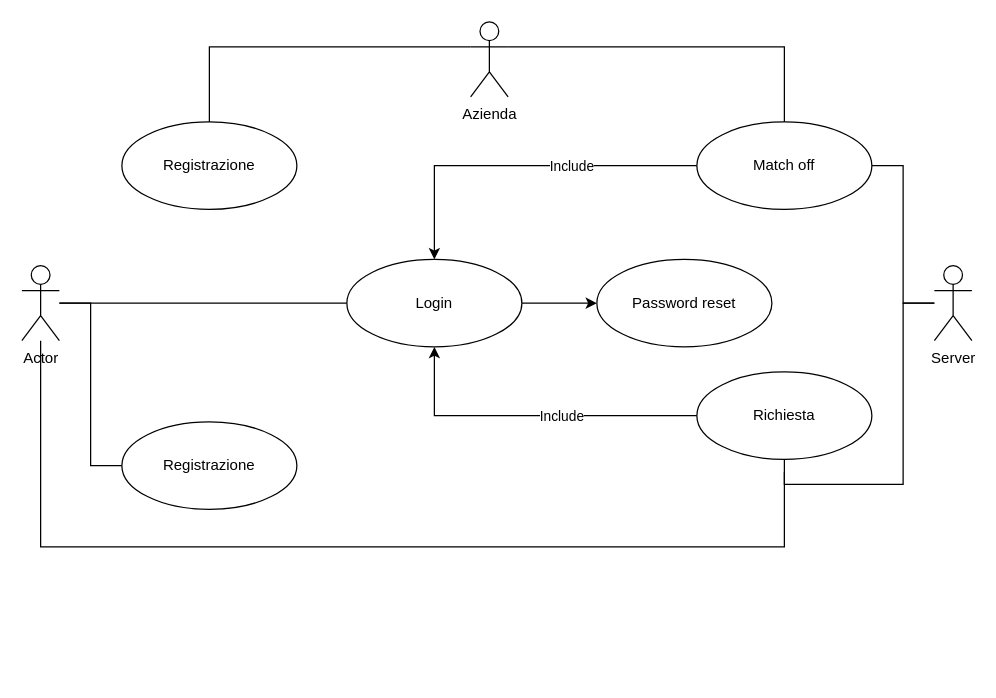
This is Es10inClasse.drawio from markBatti/TPSIT-serio, a draw.io file, before an edit. Source tidied: cells renumbered, new cells numbered last; positions are measured from the earlier drawing's top-left corner, leaving out a move shared by most shapes. Both pictures are drawn from the tidied source at 125%, with x=0, y=0 at pixel (21, 21).
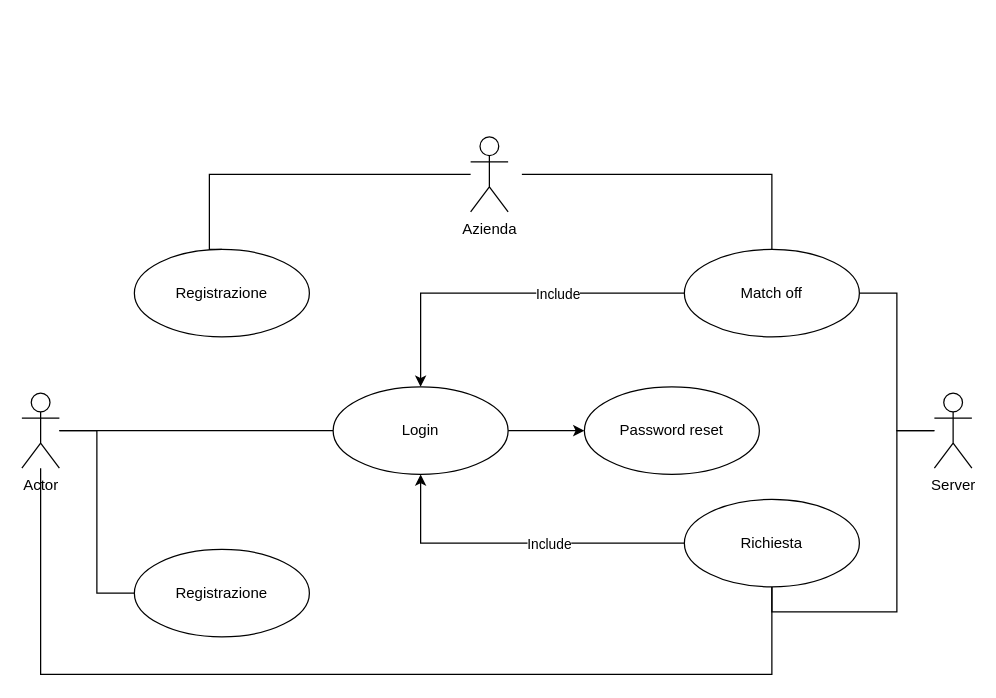
The same diagram, later.

The edit, as a diff of the source:
```diff
@@
-    <mxCell id="3" style="edgeStyle=orthogonalEdgeStyle;rounded=0;jettySize=auto;html=1;endArrow=none;endFill=0;" parent="1" edge="1" source="5">
+    <mxCell id="3" style="edgeStyle=orthogonalEdgeStyle;rounded=0;jettySize=auto;html=1;endArrow=none;endFill=0;entryX=0.5;entryY=1;entryDx=0;entryDy=0;" parent="1" edge="1" source="5" target="14">
       <mxGeometry x="-0.05" relative="1" as="geometry">
-        <mxPoint x="610" y="360" as="targetPoint" />
         <Array as="points">
-          <mxPoint x="65" y="420" />
-          <mxPoint x="610" y="420" />
-          <mxPoint x="610" y="341.2" />
+          <mxPoint x="15" y="522" />
+          <mxPoint x="600" y="522" />
         </Array>
       </mxGeometry>
     </mxCell>
@@
     <mxCell id="5" value="Actor" style="shape=umlActor;verticalLabelPosition=bottom;verticalAlign=top;html=1;outlineConnect=0;" parent="1" vertex="1">
-      <mxGeometry y="195" width="30" height="60" as="geometry" />
+      <mxGeometry y="297" width="30" height="60" as="geometry" />
     </mxCell>
@@
     <mxCell id="8" value="Server" style="shape=umlActor;verticalLabelPosition=bottom;verticalAlign=top;html=1;outlineConnect=0;" parent="1" vertex="1">
-      <mxGeometry x="730" y="195" width="30" height="60" as="geometry" />
+      <mxGeometry x="730" y="297" width="30" height="60" as="geometry" />
     </mxCell>
@@
+    <mxCell id="23" style="edgeStyle=orthogonalEdgeStyle;rounded=0;jettySize=auto;html=1;exitX=0.5;exitY=0;exitDx=0;exitDy=0;endArrow=none;endFill=0;" parent="1" edge="1" source="11">
+      <mxGeometry x="-0.79" relative="1" as="geometry">
+        <mxPoint x="400" y="122" as="targetPoint" />
+        <Array as="points">
+          <mxPoint x="600" y="122" />
+        </Array>
+      </mxGeometry>
+    </mxCell>
     <mxCell id="11" value="Match off" style="ellipse;whiteSpace=wrap;html=1;" parent="1" vertex="1">
-      <mxGeometry x="540" y="80" width="140" height="70" as="geometry" />
+      <mxGeometry x="530" y="182" width="140" height="70" as="geometry" />
     </mxCell>
@@
     <mxCell id="14" value="Richiesta" style="ellipse;whiteSpace=wrap;html=1;" parent="1" vertex="1">
-      <mxGeometry x="540" y="280" width="140" height="70" as="geometry" />
+      <mxGeometry x="530" y="382" width="140" height="70" as="geometry" />
     </mxCell>
     <mxCell id="15" value="Registrazione" style="ellipse;whiteSpace=wrap;html=1;" parent="1" vertex="1">
-      <mxGeometry x="80" y="320" width="140" height="70" as="geometry" />
+      <mxGeometry x="90" y="422" width="140" height="70" as="geometry" />
     </mxCell>
     <mxCell id="16" style="edgeStyle=orthogonalEdgeStyle;rounded=0;jettySize=auto;html=1;entryX=0.5;entryY=0;entryDx=0;entryDy=0;endArrow=none;endFill=0;" parent="1" edge="1" source="18" target="19">
       <mxGeometry x="-0.03" relative="1" as="geometry">
         <Array as="points">
-          <mxPoint x="150" y="20" />
+          <mxPoint x="150" y="122" />
         </Array>
       </mxGeometry>
     </mxCell>
-    <mxCell id="17" style="edgeStyle=orthogonalEdgeStyle;rounded=0;jettySize=auto;html=1;exitX=1;exitY=0.3333333333333333;exitDx=0;exitDy=0;exitPerimeter=0;entryX=0.5;entryY=0;entryDx=0;entryDy=0;endArrow=none;endFill=0;" parent="1" edge="1" source="18" target="11">
-      <mxGeometry relative="1" as="geometry" />
-    </mxCell>
     <mxCell id="18" value="Azienda" style="shape=umlActor;verticalLabelPosition=bottom;verticalAlign=top;html=1;" parent="1" vertex="1">
-      <mxGeometry x="359" width="30" height="60" as="geometry" />
+      <mxGeometry x="359" y="92" width="30" height="60" as="geometry" />
     </mxCell>
     <mxCell id="19" value="Registrazione" style="ellipse;whiteSpace=wrap;html=1;" parent="1" vertex="1">
-      <mxGeometry x="80" y="80" width="140" height="70" as="geometry" />
+      <mxGeometry x="90" y="182" width="140" height="70" as="geometry" />
     </mxCell>
@@
     <mxCell id="21" value="Login" style="ellipse;whiteSpace=wrap;html=1;" parent="1" vertex="1">
-      <mxGeometry x="260" y="190" width="140" height="70" as="geometry" />
+      <mxGeometry x="249" y="292" width="140" height="70" as="geometry" />
     </mxCell>
     <mxCell id="22" value="Password reset" style="ellipse;whiteSpace=wrap;html=1;" parent="1" vertex="1">
-      <mxGeometry x="460" y="190" width="140" height="70" as="geometry" />
+      <mxGeometry x="450" y="292" width="140" height="70" as="geometry" />
     </mxCell>
```
